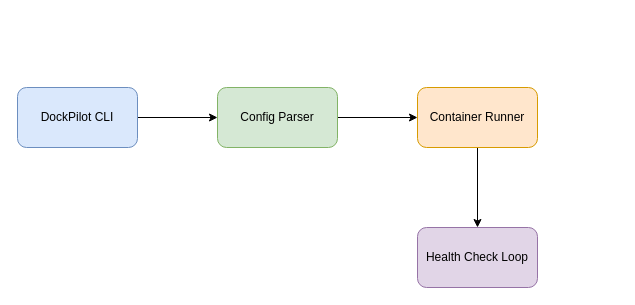
The draw.io diagram docs/architecture.drawio in lorenaziviani/dock_pilot, before the edit. Source tidied: cells renumbered, new cells numbered last; positions are measured from the earlier drawing's top-left corner, leaving out a move shared by most shapes. Both pictures are drawn from the tidied source at 100%, with x=0, y=0 at pixel (17, 87).
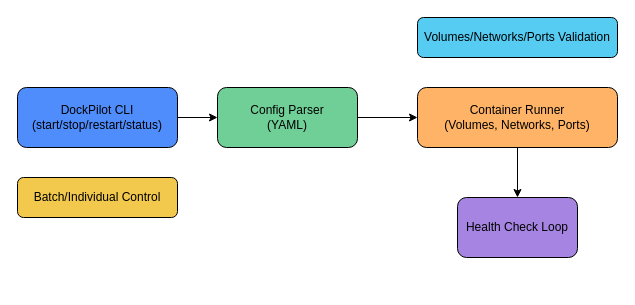
The same page after the edit.

Diff of the diagram source:
```diff
@@
 <mxGraphModel>
   <root>
     <mxCell id="0" />
     <mxCell id="1" parent="0" />
     <mxCell id="2" style="edgeStyle=none;html=1;" parent="1" edge="1" source="3" target="5">
       <mxGeometry relative="1" as="geometry" />
     </mxCell>
-    <mxCell id="3" value="DockPilot CLI" style="rounded=1;whiteSpace=wrap;html=1;fillColor=#dae8fc;strokeColor=#6c8ebf;" parent="1" vertex="1">
-      <mxGeometry width="120" height="60" as="geometry" />
+    <mxCell id="3" value="DockPilot CLI&lt;br&gt;(start/stop/restart/status)" style="rounded=1;whiteSpace=wrap;html=1;fillColor=#4F8DFD;" parent="1" vertex="1">
+      <mxGeometry width="160" height="60" as="geometry" />
     </mxCell>
     <mxCell id="4" style="edgeStyle=none;html=1;" parent="1" edge="1" source="5" target="7">
       <mxGeometry relative="1" as="geometry" />
     </mxCell>
-    <mxCell id="5" value="Config Parser" style="rounded=1;whiteSpace=wrap;html=1;fillColor=#d5e8d4;strokeColor=#82b366;" parent="1" vertex="1">
-      <mxGeometry x="200" width="120" height="60" as="geometry" />
+    <mxCell id="5" value="Config Parser&lt;br&gt;(YAML)" style="rounded=1;whiteSpace=wrap;html=1;fillColor=#6FCF97;" parent="1" vertex="1">
+      <mxGeometry x="200" width="140" height="60" as="geometry" />
     </mxCell>
     <mxCell id="6" style="edgeStyle=none;html=1;" parent="1" edge="1" source="7" target="8">
       <mxGeometry relative="1" as="geometry" />
     </mxCell>
-    <mxCell id="7" value="Container Runner" style="rounded=1;whiteSpace=wrap;html=1;fillColor=#ffe6cc;strokeColor=#d79b00;" parent="1" vertex="1">
-      <mxGeometry x="400" width="120" height="60" as="geometry" />
+    <mxCell id="7" value="Container Runner&lt;br&gt;(Volumes, Networks, Ports)" style="rounded=1;whiteSpace=wrap;html=1;fillColor=#FFB366;" parent="1" vertex="1">
+      <mxGeometry x="400" width="200" height="60" as="geometry" />
     </mxCell>
-    <mxCell id="8" value="Health Check Loop" style="rounded=1;whiteSpace=wrap;html=1;fillColor=#e1d5e7;strokeColor=#9673a6;" parent="1" vertex="1">
-      <mxGeometry x="400" y="140" width="120" height="60" as="geometry" />
+    <mxCell id="8" value="Health Check Loop" style="rounded=1;whiteSpace=wrap;html=1;fillColor=#A685E2;" parent="1" vertex="1">
+      <mxGeometry x="440" y="110" width="120" height="60" as="geometry" />
     </mxCell>
+    <mxCell id="9" value="Batch/Individual Control" style="rounded=1;whiteSpace=wrap;html=1;fillColor=#F2C94C;" parent="1" vertex="1">
+      <mxGeometry y="90" width="160" height="40" as="geometry" />
+    </mxCell>
+    <mxCell id="10" value="Volumes/Networks/Ports Validation" style="rounded=1;whiteSpace=wrap;html=1;fillColor=#56CCF2;" parent="1" vertex="1">
+      <mxGeometry x="400" y="-70" width="200" height="40" as="geometry" />
+    </mxCell>
   </root>
 </mxGraphModel>
```
